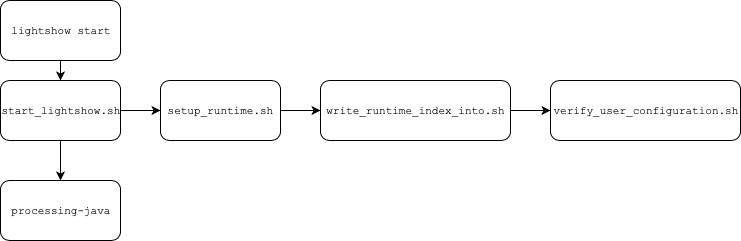
marcusrossel/live-lightshow keeps this draw.io diagram as Documentation/Assets/Startup.png. Above is the earlier version. Source tidied: cells renumbered, new cells last; positions are measured from the earlier drawing's top-left corner, leaving out a move shared by most shapes.
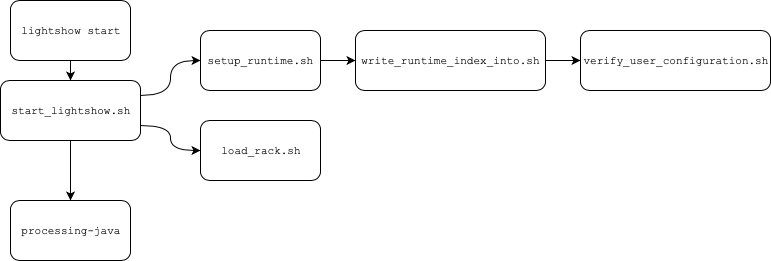
Later version of the same file.

The edit, as a diff of the source:
```diff
@@ -9,31 +9,37 @@
       <mxGeometry relative="1" as="geometry" />
     </mxCell>
     <mxCell id="4" value="write_runtime_index_into.sh" style="rounded=1;whiteSpace=wrap;html=1;fontFamily=Courier New;fontSize=11;" parent="1" vertex="1">
-      <mxGeometry x="320" y="80" width="190" height="60" as="geometry" />
+      <mxGeometry x="345" y="30" width="190" height="60" as="geometry" />
     </mxCell>
     <mxCell id="5" value="verify_user_configuration.sh" style="rounded=1;whiteSpace=wrap;html=1;fontFamily=Courier New;fontSize=11;" parent="1" vertex="1">
-      <mxGeometry x="550" y="80" width="190" height="60" as="geometry" />
+      <mxGeometry x="570" y="30" width="190" height="60" as="geometry" />
     </mxCell>
-    <mxCell id="6" style="edgeStyle=orthogonalEdgeStyle;rounded=0;jettySize=auto;html=1;" parent="1" edge="1" source="8" target="10">
+    <mxCell id="6" style="edgeStyle=orthogonalEdgeStyle;rounded=0;jettySize=auto;html=1;curved=1;entryX=0;entryY=0.5;entryDx=0;entryDy=0;exitX=1;exitY=0.25;exitDx=0;exitDy=0;" parent="1" edge="1" source="8" target="10">
       <mxGeometry relative="1" as="geometry" />
     </mxCell>
     <mxCell id="7" style="edgeStyle=orthogonalEdgeStyle;curved=1;rounded=0;jettySize=auto;html=1;fontFamily=Courier New;fontSize=11;" parent="1" edge="1" source="8" target="9">
       <mxGeometry relative="1" as="geometry" />
     </mxCell>
     <mxCell id="8" value="start_lightshow.sh" style="rounded=1;whiteSpace=wrap;html=1;fontFamily=Courier New;fontSize=11;" parent="1" vertex="1">
-      <mxGeometry y="80" width="120" height="60" as="geometry" />
+      <mxGeometry x="-10" y="80" width="140" height="60" as="geometry" />
     </mxCell>
     <mxCell id="9" value="processing-java" style="rounded=1;whiteSpace=wrap;html=1;fontFamily=Courier New;fontSize=11;" parent="1" vertex="1">
-      <mxGeometry y="180" width="120" height="60" as="geometry" />
+      <mxGeometry y="200" width="120" height="60" as="geometry" />
     </mxCell>
     <mxCell id="10" value="setup_runtime.sh" style="rounded=1;whiteSpace=wrap;html=1;fontFamily=Courier New;fontSize=11;" parent="1" vertex="1">
-      <mxGeometry x="160" y="80" width="120" height="60" as="geometry" />
+      <mxGeometry x="190" y="30" width="120" height="60" as="geometry" />
     </mxCell>
     <mxCell id="11" style="edgeStyle=orthogonalEdgeStyle;rounded=0;jettySize=auto;html=1;exitX=0.5;exitY=1;exitDx=0;exitDy=0;entryX=0.5;entryY=0;entryDx=0;entryDy=0;" parent="1" edge="1" source="2" target="8">
       <mxGeometry relative="1" as="geometry" />
     </mxCell>
-    <mxCell id="12" style="edgeStyle=orthogonalEdgeStyle;rounded=0;jettySize=auto;html=1;exitX=1;exitY=0.5;exitDx=0;exitDy=0;entryX=0;entryY=0.5;entryDx=0;entryDy=0;" parent="1" edge="1" source="10" target="4">
+    <mxCell id="12" style="edgeStyle=orthogonalEdgeStyle;rounded=0;jettySize=auto;html=1;exitX=1;exitY=0.5;exitDx=0;exitDy=0;entryX=0;entryY=0.5;entryDx=0;entryDy=0;curved=1;" parent="1" edge="1" source="10" target="4">
       <mxGeometry relative="1" as="geometry" />
     </mxCell>
+    <mxCell id="13" style="edgeStyle=orthogonalEdgeStyle;rounded=0;jettySize=auto;html=1;curved=1;exitX=1;exitY=0.75;exitDx=0;exitDy=0;entryX=0;entryY=0.5;entryDx=0;entryDy=0;" parent="1" edge="1" source="8" target="14">
+      <mxGeometry relative="1" as="geometry" />
+    </mxCell>
+    <mxCell id="14" value="load_rack.sh" style="rounded=1;whiteSpace=wrap;html=1;fontFamily=Courier New;fontSize=11;" parent="1" vertex="1">
+      <mxGeometry x="190" y="120" width="120" height="60" as="geometry" />
+    </mxCell>
   </root>
 </mxGraphModel>
```
